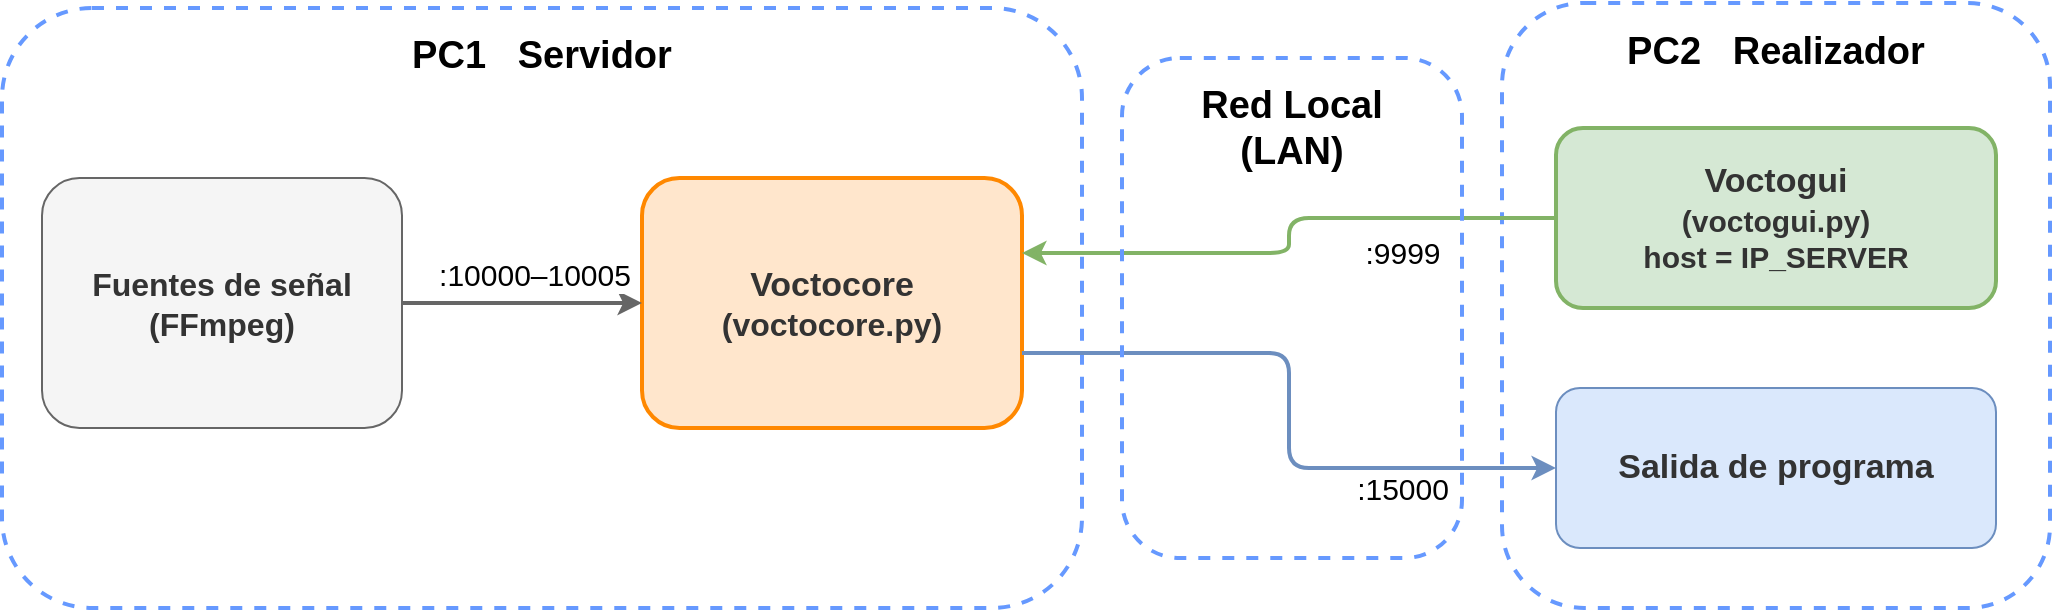
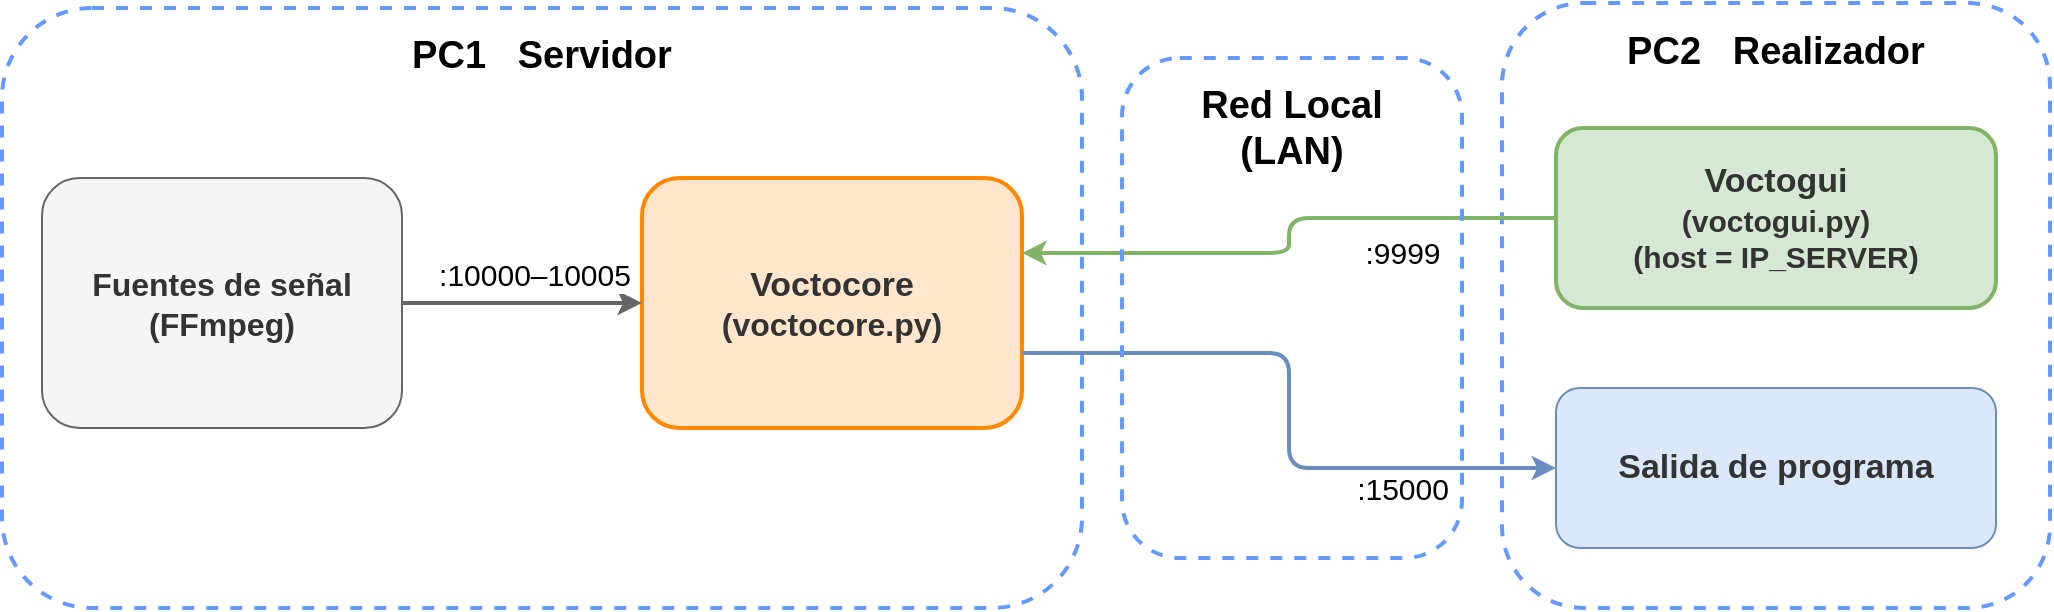
<mxfile host="65bd71144e">
    <diagram id="escenario_2pc" name="Escenario 2 PCs">
-         <mxGraphModel dx="473" dy="273" grid="1" gridSize="10" guides="1" tooltips="1" connect="1" arrows="1" fold="1" page="1" pageScale="1" pageWidth="1200" pageHeight="340" math="0" shadow="0">
+         <mxGraphModel dx="945" dy="547" grid="1" gridSize="10" guides="1" tooltips="1" connect="1" arrows="1" fold="1" page="1" pageScale="1" pageWidth="1200" pageHeight="340" math="0" shadow="0">
            <root>
                <mxCell id="0"/>
                <mxCell id="1" parent="0"/>
                <mxCell id="pc1" value="&lt;font style=&quot;font-size: 19px;&quot;&gt;PC1&amp;nbsp; &amp;nbsp;Servidor&lt;/font&gt;" style="rounded=1;whiteSpace=wrap;html=1;fillColor=none;strokeColor=#6699FF;strokeWidth=2;dashed=1;fontSize=13;fontStyle=1;verticalAlign=top;spacingTop=6;align=center;" parent="1" vertex="1">
                    <mxGeometry x="20" y="20" width="540" height="300" as="geometry"/>
                </mxCell>
                <mxCell id="pc2" value="&lt;font style=&quot;font-size: 19px;&quot;&gt;PC2&amp;nbsp; &amp;nbsp;Realizador&lt;/font&gt;" style="rounded=1;whiteSpace=wrap;html=1;fillColor=none;strokeColor=#6699FF;strokeWidth=2;dashed=1;fontSize=13;fontStyle=1;verticalAlign=top;spacingTop=6;align=center;" parent="1" vertex="1">
                    <mxGeometry x="770" y="17.5" width="274" height="302.5" as="geometry"/>
                </mxCell>
                <mxCell id="ffmpeg" value="&lt;font style=&quot;font-size: 16px;&quot;&gt;Fuentes de señal&lt;/font&gt;&lt;div&gt;&lt;font style=&quot;font-size: 16px;&quot;&gt;(&lt;span style=&quot;color: rgb(51, 51, 51); background-color: transparent;&quot;&gt;FFmpeg)&lt;/span&gt;&lt;/font&gt;&lt;/div&gt;" style="rounded=1;whiteSpace=wrap;html=1;fillColor=#f5f5f5;strokeColor=#666666;fontColor=#333333;fontSize=12;fontStyle=1;" parent="1" vertex="1">
                    <mxGeometry x="40" y="105" width="180" height="125" as="geometry"/>
                </mxCell>
                <mxCell id="voctocore" value="&lt;div&gt;&lt;font style=&quot;font-size: 17px;&quot;&gt;Voctocore&lt;/font&gt;&lt;/div&gt;&lt;font style=&quot;&quot;&gt;&lt;font style=&quot;font-size: 16px;&quot;&gt;(voctocore.py)&lt;/font&gt;&lt;br&gt;&lt;/font&gt;" style="rounded=1;whiteSpace=wrap;html=1;fillColor=#FFE6CC;strokeColor=#FF8800;fontColor=#333333;fontSize=12;fontStyle=1;strokeWidth=2;" parent="1" vertex="1">
                    <mxGeometry x="340" y="105" width="190" height="125" as="geometry"/>
                </mxCell>
-                 <mxCell id="voctogui" value="&lt;div&gt;&lt;font style=&quot;font-size: 17px;&quot;&gt;Voctogui&lt;/font&gt;&lt;/div&gt;&lt;font style=&quot;&quot;&gt;&lt;font style=&quot;font-size: 15px;&quot;&gt;(voctogui.py)&lt;br&gt;&lt;/font&gt;&lt;font style=&quot;font-size: 15px;&quot;&gt;host = IP_SERVER&lt;/font&gt;&lt;/font&gt;" style="rounded=1;whiteSpace=wrap;html=1;fillColor=#d5e8d4;strokeColor=#82b366;fontColor=#333333;fontSize=12;fontStyle=1;strokeWidth=2;" parent="1" vertex="1">
+                 <mxCell id="voctogui" value="&lt;div&gt;&lt;font style=&quot;font-size: 17px;&quot;&gt;Voctogui&lt;/font&gt;&lt;/div&gt;&lt;font style=&quot;&quot;&gt;&lt;font style=&quot;font-size: 15px;&quot;&gt;(voctogui.py)&lt;br&gt;&lt;/font&gt;&lt;font style=&quot;font-size: 15px;&quot;&gt;(host = IP_SERVER)&lt;/font&gt;&lt;/font&gt;" style="rounded=1;whiteSpace=wrap;html=1;fillColor=#d5e8d4;strokeColor=#82b366;fontColor=#333333;fontSize=12;fontStyle=1;strokeWidth=2;" parent="1" vertex="1">
                    <mxGeometry x="797" y="80" width="220" height="90" as="geometry"/>
                </mxCell>
                <mxCell id="monitor" value="&lt;font style=&quot;font-size: 17px;&quot;&gt;Salida de programa&lt;/font&gt;" style="rounded=1;whiteSpace=wrap;html=1;fillColor=#dae8fc;strokeColor=#6c8ebf;fontColor=#333333;fontSize=11;fontStyle=1;" parent="1" vertex="1">
                    <mxGeometry x="797" y="210" width="220" height="80" as="geometry"/>
                </mxCell>
                <mxCell id="a1" value="&lt;font style=&quot;font-size: 15px;&quot;&gt;:10000–10005&lt;/font&gt;" style="edgeStyle=orthogonalEdgeStyle;html=1;fontSize=11;strokeWidth=2;strokeColor=#666666;exitX=1;exitY=0.5;exitDx=0;exitDy=0;entryX=0;entryY=0.5;entryDx=0;entryDy=0;" parent="1" source="ffmpeg" target="voctocore" edge="1">
                    <mxGeometry x="0.0909" y="15" relative="1" as="geometry">
                        <mxPoint as="offset"/>
                    </mxGeometry>
                </mxCell>
                <mxCell id="a2" value="&lt;font style=&quot;font-size: 15px;&quot;&gt;:9999&lt;/font&gt;" style="edgeStyle=orthogonalEdgeStyle;html=1;fontSize=11;strokeWidth=2;strokeColor=#82b366;exitX=0;exitY=0.5;exitDx=0;exitDy=0;entryX=1;entryY=0.3;entryDx=0;entryDy=0;" parent="1" source="voctogui" target="voctocore" edge="1">
                    <mxGeometry x="-0.4587" y="17" relative="1" as="geometry">
                        <mxPoint as="offset"/>
                    </mxGeometry>
                </mxCell>
                <mxCell id="a3" value="&lt;font style=&quot;font-size: 15px;&quot;&gt;:15000&lt;/font&gt;" style="edgeStyle=orthogonalEdgeStyle;html=1;fontSize=11;strokeWidth=2;strokeColor=#6c8ebf;exitX=1;exitY=0.7;exitDx=0;exitDy=0;entryX=0;entryY=0.5;entryDx=0;entryDy=0;" parent="1" source="voctocore" target="monitor" edge="1">
                    <mxGeometry x="0.5254" y="-10" relative="1" as="geometry">
                        <mxPoint as="offset"/>
                    </mxGeometry>
                </mxCell>
                <mxCell id="2" value="&lt;font style=&quot;font-size: 19px;&quot;&gt;Red Local&lt;/font&gt;&lt;div&gt;&lt;font style=&quot;font-size: 19px;&quot;&gt;(LAN)&lt;/font&gt;&lt;/div&gt;" style="rounded=1;whiteSpace=wrap;html=1;fillColor=none;strokeColor=#6699FF;strokeWidth=2;dashed=1;fontSize=13;fontStyle=1;verticalAlign=top;spacingTop=6;align=center;arcSize=17;" vertex="1" parent="1">
                    <mxGeometry x="580" y="45" width="170" height="250" as="geometry"/>
                </mxCell>
            </root>
        </mxGraphModel>
    </diagram>
</mxfile>